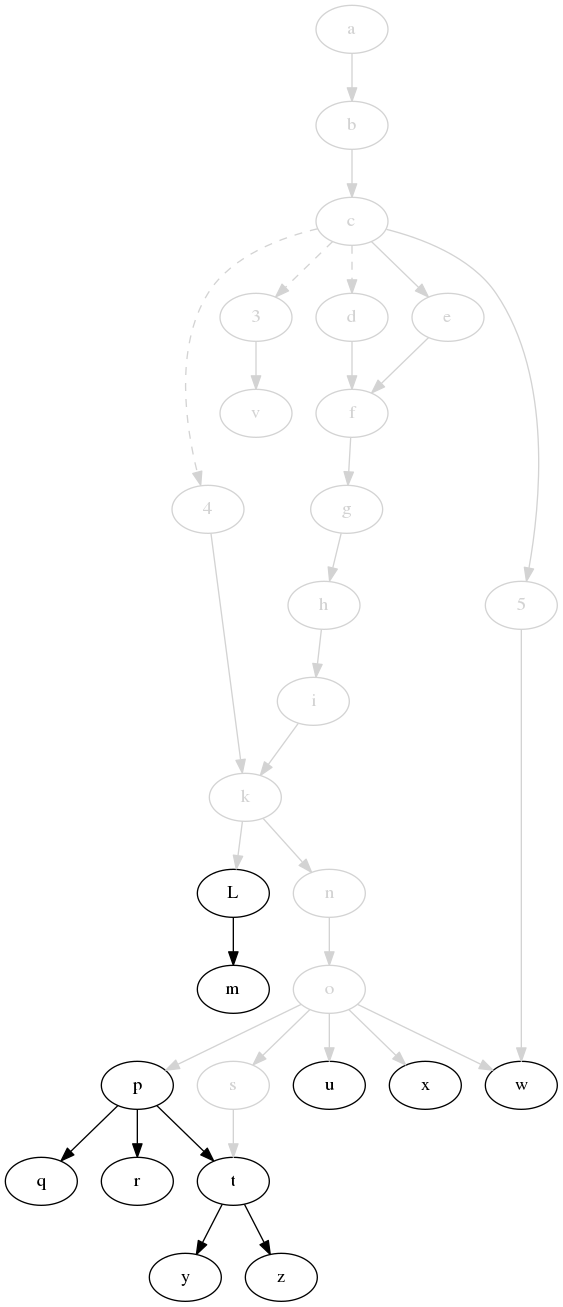
Above: svm-startup-deps.png in jdmpapin/svm-startup-deps (Graphviz), before the change. Its source is kept beside it as svm-startup-deps.dot.
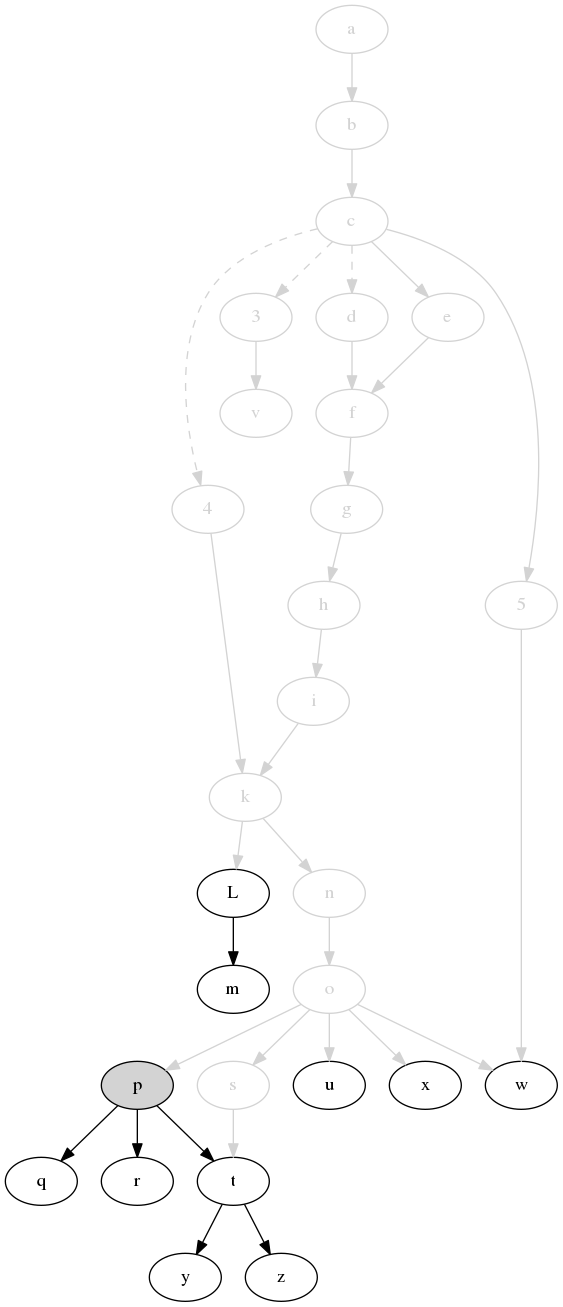
After the commit.

What changed in the source:
```diff
@@ -17,7 +17,7 @@
     5 [color=lightgrey,fontcolor=lightgrey];
     n [color=lightgrey,fontcolor=lightgrey];
     o [color=lightgrey,fontcolor=lightgrey];
-    p;
+    p [style=filled,fillcolor=lightgrey];
     q;
     r;
     s [color=lightgrey,fontcolor=lightgrey];
```
